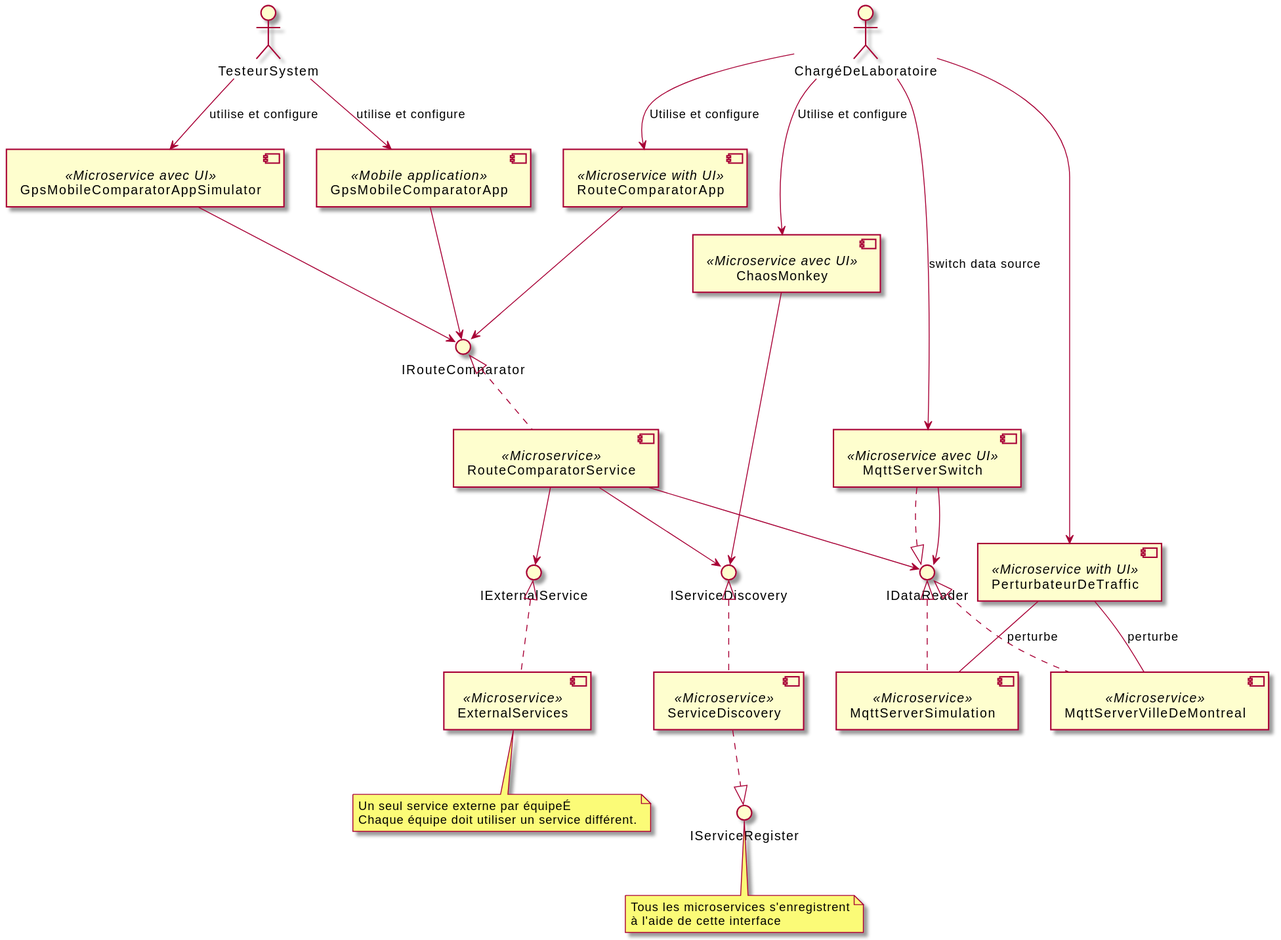
Above: architecture/proposition.svg in yvanross/LOG430-STM (PlantUML), before the change.
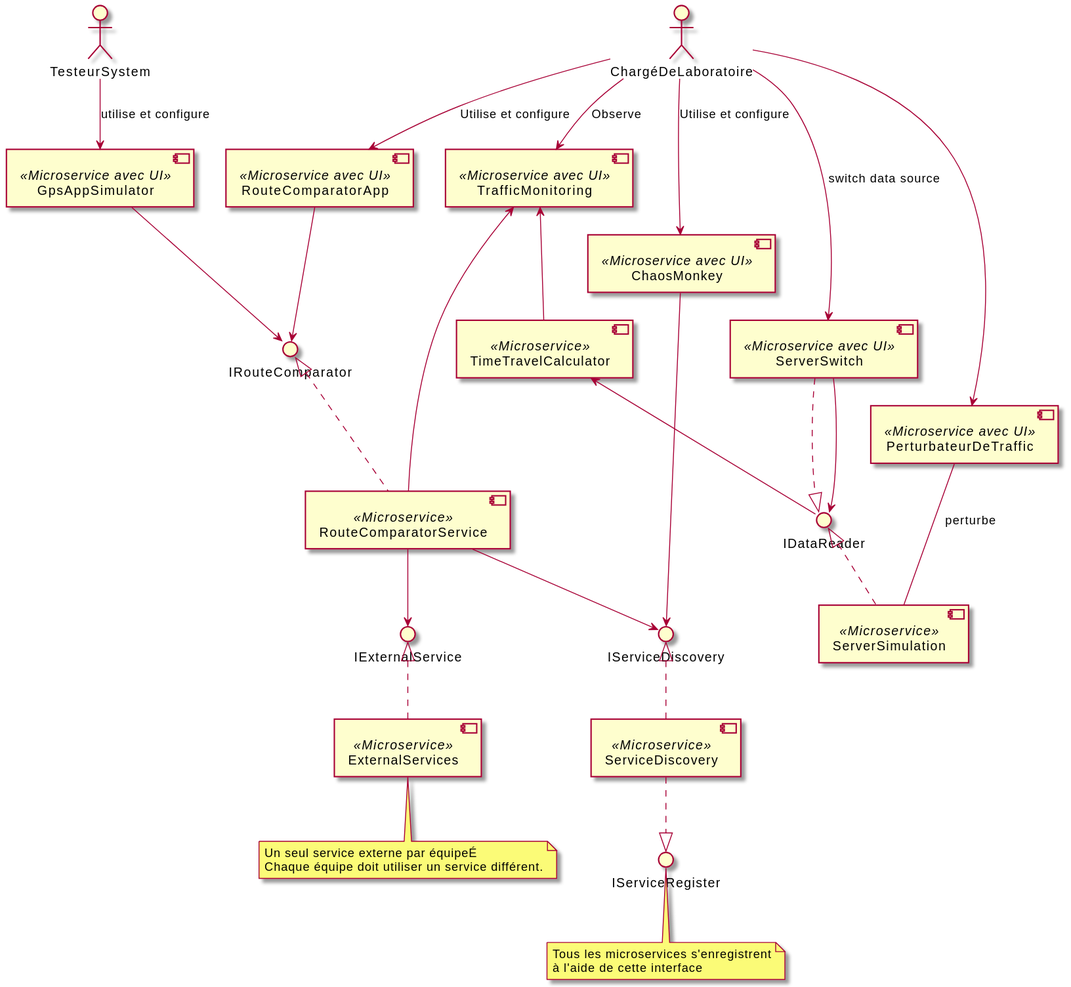
Later version of the same file.

Diff of the diagram source:
```diff
@@ -10,22 +10,21 @@
 
 component ChaosMonkey <<Microservice avec UI>>
 component ExternalServices <<Microservice>>
-component GpsMobileComparatorApp <<Mobile application>>
-component GpsMobileComparatorAppSimulator <<Microservice avec UI>>
-component MqttServerSimulation <<Microservice>>
-component MqttServerSwitch <<Microservice avec UI>>
-component MqttServerVilleDeMontreal <<Microservice>>
-component PerturbateurDeTraffic <<Microservice with UI>>
-component RouteComparatorApp <<Microservice with UI>>
+component GpsAppSimulator <<Microservice avec UI>>
+component ServerSimulation <<Microservice>>
+component ServerSwitch <<Microservice avec UI>>
+component PerturbateurDeTraffic <<Microservice avec UI>>
+component RouteComparatorApp <<Microservice avec UI>>
 component RouteComparatorService <<Microservice>>
 component ServiceDiscovery <<Microservice>>
+component TimeTravelCalculator <<Microservice>>
+component TrafficMonitoring<<Microservice avec UI>>
 
 note bottom of ExternalServices: Un seul service externe par équipeÉ\nChaque équipe doit utiliser un service différent.
 note bottom of IServiceRegister: Tous les microservices s'enregistrent\nà l'aide de cette interface
 
 
-PerturbateurDeTraffic -- MqttServerSimulation: perturbe
-PerturbateurDeTraffic -- MqttServerVilleDeMontreal: perturbe
+PerturbateurDeTraffic -- ServerSimulation: perturbe
 
 
 ExternalServices .u.|> IExternalService
@@ -35,19 +34,19 @@
 ChaosMonkey --> IServiceDiscovery
 ChargéDeLaboratoire --> PerturbateurDeTraffic
 ChargéDeLaboratoire --> ChaosMonkey  : Utilise et configure
-ChargéDeLaboratoire --> MqttServerSwitch  :switch data source
+ChargéDeLaboratoire --> ServerSwitch  :switch data source
 ChargéDeLaboratoire --> RouteComparatorApp  : Utilise et configure
-GpsMobileComparatorApp -d-> IRouteComparator
-GpsMobileComparatorAppSimulator -d-> IRouteComparator
-MqttServerSimulation .u.|> IDataReader
-MqttServerSwitch  ..|> IDataReader
-MqttServerSwitch --> IDataReader
-MqttServerVilleDeMontreal .u.|> IDataReader
+ChargéDeLaboratoire --> TrafficMonitoring: Observe
+GpsAppSimulator -d-> IRouteComparator
+ServerSimulation .u.|> IDataReader
+ServerSwitch  ..|> IDataReader
+ServerSwitch --> IDataReader
 RouteComparatorApp --> IRouteComparator
-RouteComparatorService --> IDataReader
+TimeTravelCalculator <-- IDataReader
+TimeTravelCalculator -u-> TrafficMonitoring
+RouteComparatorService -u-> TrafficMonitoring
 RouteComparatorService --> IExternalService
 RouteComparatorService --> IServiceDiscovery
 RouteComparatorService .u.|> IRouteComparator
-TesteurSystem  --> GpsMobileComparatorApp: utilise et configure
-TesteurSystem  --> GpsMobileComparatorAppSimulator: utilise et configure
+TesteurSystem  --> GpsAppSimulator: utilise et configure
 @enduml
```
